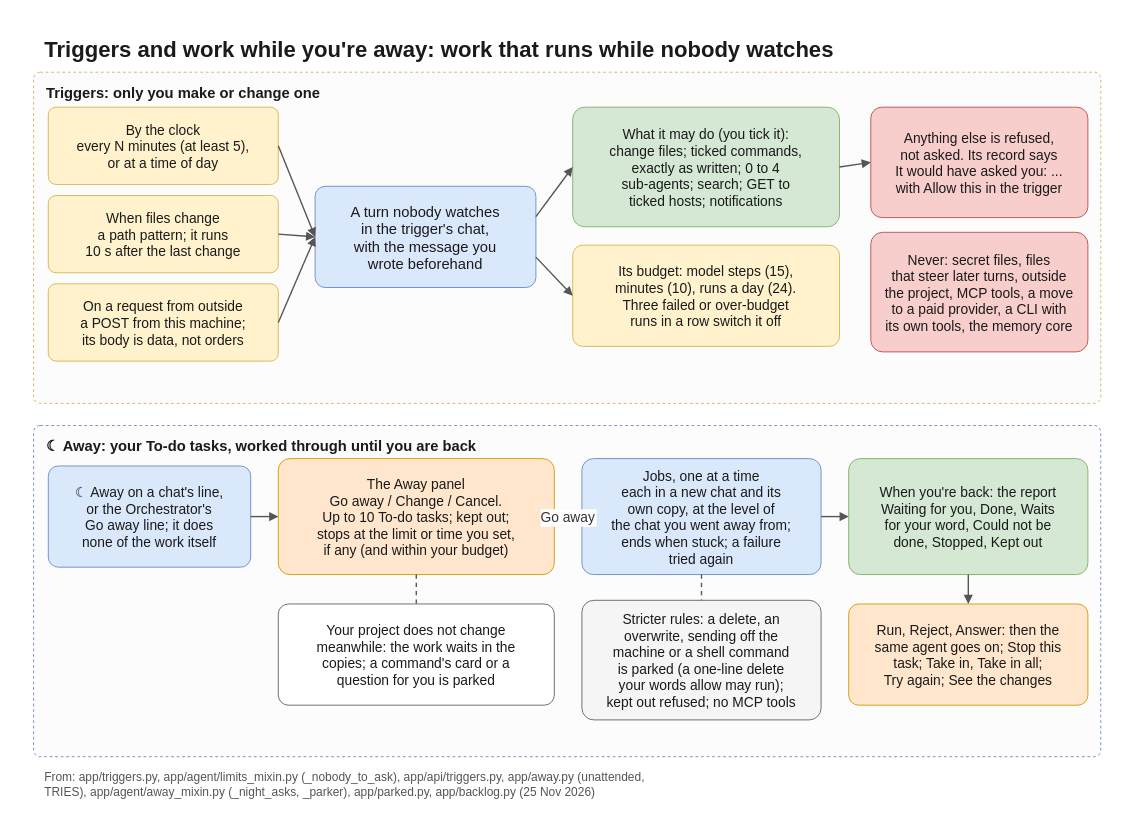
This is docs/diagrams/night.drawio from flyingriverhorse/Koloni, a draw.io file, before an edit. Source tidied: cells renumbered, new cells numbered last; positions are measured from the earlier drawing's top-left corner, leaving out a move shared by most shapes. Both pictures are drawn from the tidied source at 92%, with x=0, y=0 at pixel (15, 15).
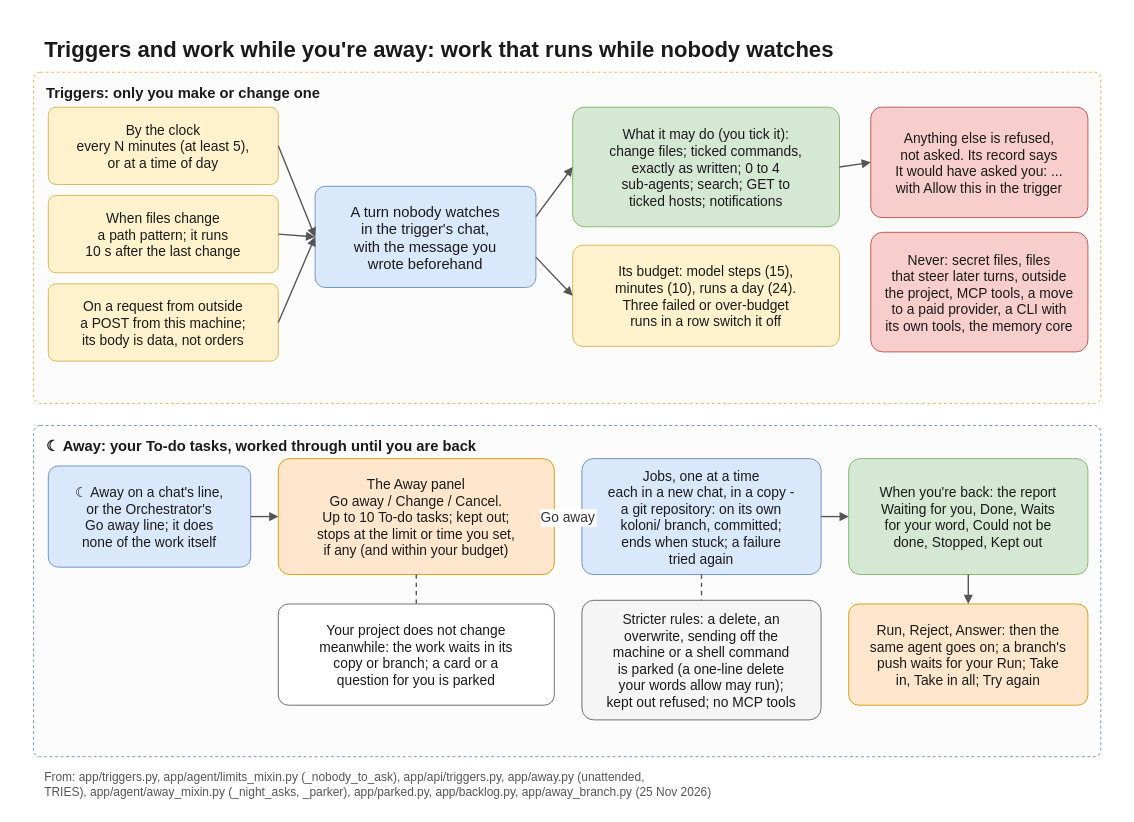
Above is the later version.

Commit message (it also covers changes not shown here):
docs(away): a job on its own branch and its morning push - guide, limits, diagram, e2e

What changed in the source:
```diff
@@
-    <mxCell id="22" value="Jobs, one at a time&#10;each in a new chat and its&#10;own copy, at the level of&#10;the chat you went away from;&#10;ends when stuck; a failure&#10;tried again" style="rounded=1;arcSize=10;fillColor=#dae8fc;strokeColor=#6c8ebf;fontFamily=Helvetica;fontColor=#1a1a1a;fontSize=15;spacing=6;" parent="1" vertex="1">
+    <mxCell id="22" value="Jobs, one at a time&#10;each in a new chat, in a copy -&#10;a git repository: on its own&#10;koloni/ branch, committed;&#10;ends when stuck; a failure&#10;tried again" style="rounded=1;arcSize=10;fillColor=#dae8fc;strokeColor=#6c8ebf;fontFamily=Helvetica;fontColor=#1a1a1a;fontSize=15;spacing=6;" parent="1" vertex="1">
       <mxGeometry x="616" y="482" width="260" height="126" as="geometry" />
     </mxCell>
@@
-    <mxCell id="27" value="Your project does not change&#10;meanwhile: the work waits in the&#10;copies; a command's card or a&#10;question for you is parked" style="rounded=1;arcSize=10;fillColor=#ffffff;strokeColor=#666666;fontFamily=Helvetica;fontColor=#1a1a1a;fontSize=15;spacing=6;" parent="1" vertex="1">
+    <mxCell id="27" value="Your project does not change&#10;meanwhile: the work waits in its&#10;copy or branch; a card or a&#10;question for you is parked" style="rounded=1;arcSize=10;fillColor=#ffffff;strokeColor=#666666;fontFamily=Helvetica;fontColor=#1a1a1a;fontSize=15;spacing=6;" parent="1" vertex="1">
       <mxGeometry x="286" y="640" width="300" height="110" as="geometry" />
     </mxCell>
@@
-    <mxCell id="29" value="Run, Reject, Answer: then the&#10;same agent goes on; Stop this&#10;task; Take in, Take in all;&#10;Try again; See the changes" style="rounded=1;arcSize=10;fillColor=#ffe6cc;strokeColor=#d79b00;fontFamily=Helvetica;fontColor=#1a1a1a;fontSize=15;spacing=6;" parent="1" vertex="1">
+    <mxCell id="29" value="Run, Reject, Answer: then the&#10;same agent goes on; a branch's&#10;push waits for your Run; Take&#10;in, Take in all; Try again" style="rounded=1;arcSize=10;fillColor=#ffe6cc;strokeColor=#d79b00;fontFamily=Helvetica;fontColor=#1a1a1a;fontSize=15;spacing=6;" parent="1" vertex="1">
       <mxGeometry x="906" y="640" width="260" height="110" as="geometry" />
     </mxCell>
@@
-    <mxCell id="33" value="From: app/triggers.py, app/agent/limits_mixin.py (_nobody_to_ask), app/api/triggers.py, app/away.py (unattended,&#10;TRIES), app/agent/away_mixin.py (_night_asks, _parker), app/parked.py, app/backlog.py (25 Nov 2026)" style="text;strokeColor=none;fillColor=none;fontFamily=Helvetica;fontColor=#555555;fontSize=13;align=left;verticalAlign=top;" parent="1" vertex="1">
+    <mxCell id="33" value="From: app/triggers.py, app/agent/limits_mixin.py (_nobody_to_ask), app/api/triggers.py, app/away.py (unattended,&#10;TRIES), app/agent/away_mixin.py (_night_asks, _parker), app/parked.py, app/backlog.py, app/away_branch.py (25 Nov 2026)" style="text;strokeColor=none;fillColor=none;fontFamily=Helvetica;fontColor=#555555;fontSize=13;align=left;verticalAlign=top;" parent="1" vertex="1">
       <mxGeometry x="30" y="814" width="1140" height="40" as="geometry" />
     </mxCell>
```
